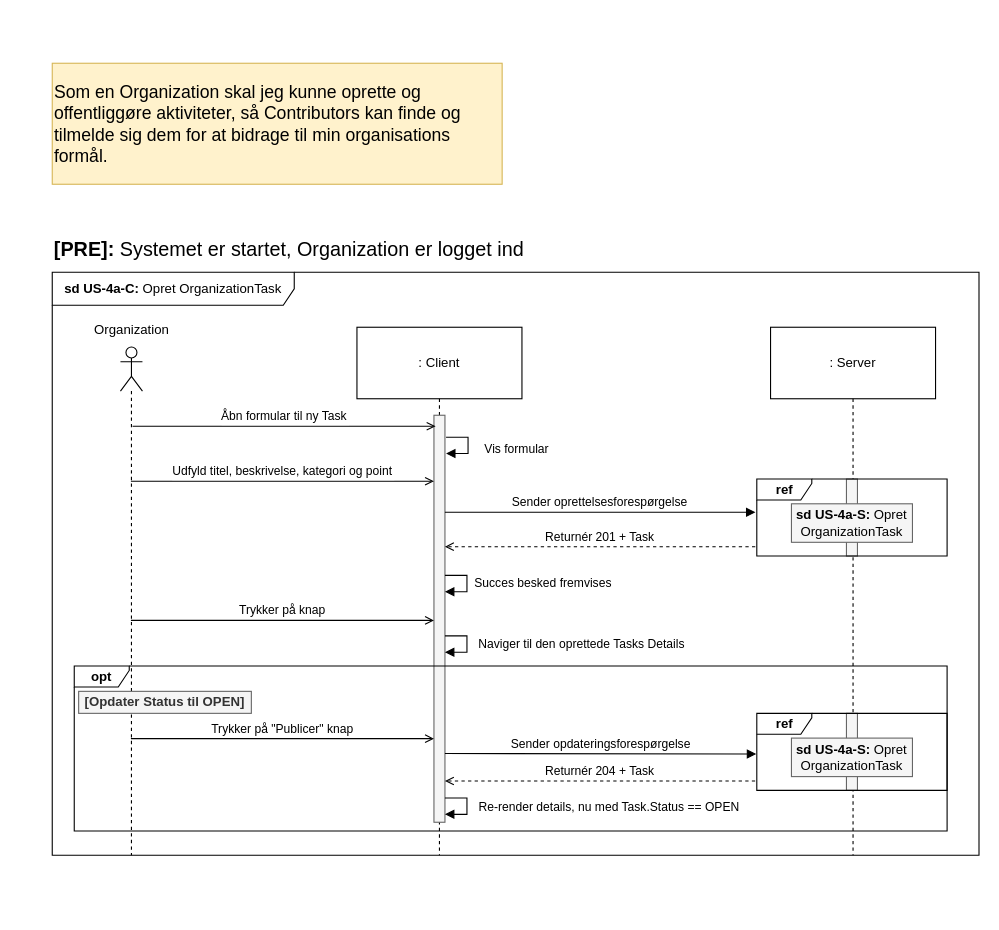
Earlier version of the draw.io diagram page "1 - Sekvens uden klasser" (1 of 4) of drawio/Applikationsmodeller/US4a/FE/US4a_FE_Applikationsmodel.drawio (Echo-AU/artifacts). Source tidied: cells renumbered, new cells numbered last; positions are measured from the earlier drawing's top-left corner, leaving out a move shared by most shapes. Both pictures are drawn from the tidied source at 110%, with x=0, y=0 at pixel (41, 63).
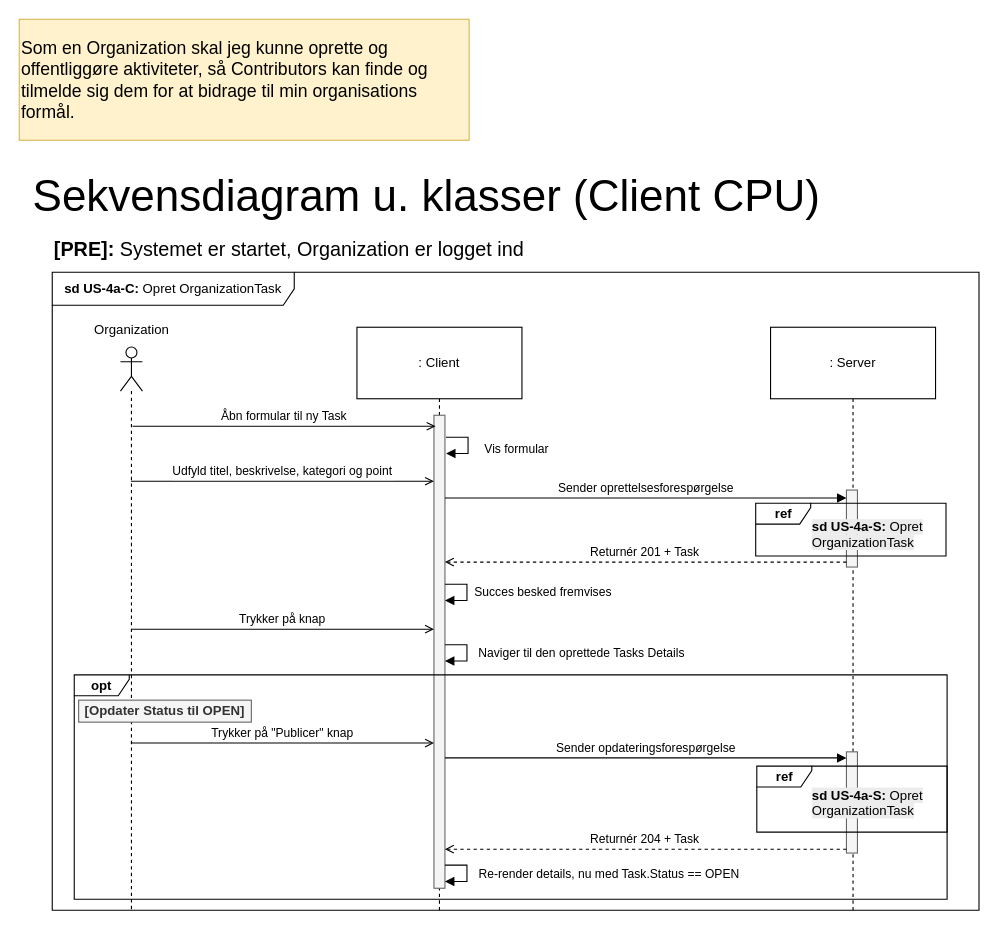
After the change.

What changed in the source:
```diff
@@
     <mxCell id="2" value="&lt;div style=&quot;&quot;&gt;&lt;font style=&quot;font-size: 16px;&quot;&gt;Som en Organization skal jeg kunne oprette og offentliggøre aktiviteter, så&amp;nbsp;&lt;/font&gt;&lt;span style=&quot;font-size: 16px; background-color: transparent; color: light-dark(rgb(0, 0, 0), rgb(255, 255, 255));&quot;&gt;Contributors kan finde og tilmelde sig dem for at bidrage til min organisations formål.&lt;/span&gt;&lt;/div&gt;" style="rounded=0;whiteSpace=wrap;html=1;fillColor=#fff2cc;strokeColor=#d6b656;align=left;" parent="1" vertex="1">
-      <mxGeometry x="10" width="409" height="110" as="geometry" />
+      <mxGeometry x="-20" y="-40" width="409" height="110" as="geometry" />
     </mxCell>
     <mxCell id="3" value="&lt;b&gt;sd US-4a-C: &lt;/b&gt;Opret OrganizationTask" style="shape=umlFrame;whiteSpace=wrap;html=1;width=220;height=30;" parent="1" vertex="1">
-      <mxGeometry x="10" y="190" width="842.5" height="530" as="geometry" />
+      <mxGeometry x="10" y="190" width="842.5" height="580" as="geometry" />
     </mxCell>
     <mxCell id="4" value=": Client" style="shape=umlLifeline;perimeter=lifelinePerimeter;whiteSpace=wrap;newEdgeStyle={&quot;edgeStyle&quot;:&quot;elbowEdgeStyle&quot;,&quot;elbow&quot;:&quot;vertical&quot;,&quot;curved&quot;:0,&quot;rounded&quot;:0};size=65;" parent="1" vertex="1">
-      <mxGeometry x="287" y="240" width="150" height="480" as="geometry" />
+      <mxGeometry x="287" y="240" width="150" height="530" as="geometry" />
     </mxCell>
-    <mxCell id="5" style="perimeter=orthogonalPerimeter;targetShapes=umlLifeline;newEdgeStyle={&quot;edgeStyle&quot;:&quot;elbowEdgeStyle&quot;,&quot;elbow&quot;:&quot;vertical&quot;,&quot;curved&quot;:0,&quot;rounded&quot;:0};fillColor=#f5f5f5;fontColor=#333333;strokeColor=#666666;" parent="4" vertex="1">
-      <mxGeometry x="70" y="80" width="10" height="370" as="geometry" />
-    </mxCell>
+    <mxCell id="34" style="perimeter=orthogonalPerimeter;targetShapes=umlLifeline;newEdgeStyle={&quot;edgeStyle&quot;:&quot;elbowEdgeStyle&quot;,&quot;elbow&quot;:&quot;vertical&quot;,&quot;curved&quot;:0,&quot;rounded&quot;:0};fillColor=#f5f5f5;fontColor=#333333;strokeColor=#666666;" parent="4" vertex="1">
+      <mxGeometry x="70" y="80" width="10" height="430" as="geometry" />
+    </mxCell>
     <mxCell id="6" value=": Server" style="shape=umlLifeline;perimeter=lifelinePerimeter;whiteSpace=wrap;newEdgeStyle={&quot;edgeStyle&quot;:&quot;elbowEdgeStyle&quot;,&quot;elbow&quot;:&quot;vertical&quot;,&quot;curved&quot;:0,&quot;rounded&quot;:0};size=65;" parent="1" vertex="1">
-      <mxGeometry x="663" y="240" width="150" height="480" as="geometry" />
+      <mxGeometry x="663" y="240" width="150" height="530" as="geometry" />
     </mxCell>
-    <mxCell id="7" style="perimeter=orthogonalPerimeter;targetShapes=umlLifeline;newEdgeStyle={&quot;edgeStyle&quot;:&quot;elbowEdgeStyle&quot;,&quot;elbow&quot;:&quot;vertical&quot;,&quot;curved&quot;:0,&quot;rounded&quot;:0};fillColor=#f5f5f5;fontColor=#333333;strokeColor=#666666;" parent="6" vertex="1">
-      <mxGeometry x="69" y="138" width="10" height="70" as="geometry" />
-    </mxCell>
+    <mxCell id="35" style="perimeter=orthogonalPerimeter;targetShapes=umlLifeline;newEdgeStyle={&quot;edgeStyle&quot;:&quot;elbowEdgeStyle&quot;,&quot;elbow&quot;:&quot;vertical&quot;,&quot;curved&quot;:0,&quot;rounded&quot;:0};fillColor=#f5f5f5;fontColor=#333333;strokeColor=#666666;" parent="6" vertex="1">
+      <mxGeometry x="69" y="148" width="10" height="70" as="geometry" />
+    </mxCell>
+    <mxCell id="36" style="points=[];perimeter=orthogonalPerimeter;outlineConnect=0;targetShapes=umlLifeline;portConstraint=eastwest;newEdgeStyle={&quot;edgeStyle&quot;:&quot;elbowEdgeStyle&quot;,&quot;elbow&quot;:&quot;vertical&quot;,&quot;curved&quot;:0,&quot;rounded&quot;:0};fillColor=#f5f5f5;fontColor=#333333;strokeColor=#666666;" parent="6" vertex="1">
+      <mxGeometry x="69" y="386" width="10" height="92" as="geometry" />
+    </mxCell>
+    <mxCell id="37" value="&lt;span style=&quot;font-size: 40px;&quot;&gt;Sekvensdiagram u. klasser (Client CPU)&lt;/span&gt;" style="text;html=1;align=center;verticalAlign=middle;strokeColor=none;fillColor=none;" parent="1" vertex="1">
+      <mxGeometry x="-20" y="90" width="740" height="60" as="geometry" />
+    </mxCell>
@@
-    <mxCell id="9" style="shape=umlLifeline;perimeter=lifelinePerimeter;whiteSpace=wrap;html=1;newEdgeStyle={&quot;curved&quot;:0,&quot;rounded&quot;:0};participant=umlActor;" parent="1" vertex="1">
-      <mxGeometry x="72" y="258" width="20" height="462" as="geometry" />
-    </mxCell>
+    <mxCell id="38" style="shape=umlLifeline;perimeter=lifelinePerimeter;whiteSpace=wrap;html=1;newEdgeStyle={&quot;curved&quot;:0,&quot;rounded&quot;:0};participant=umlActor;" parent="1" vertex="1">
+      <mxGeometry x="72" y="258" width="20" height="512" as="geometry" />
+    </mxCell>
@@
-    <mxCell id="11" value="Sender oprettelsesforespørgelse" style="verticalAlign=bottom;elbow=vertical;curved=0;rounded=0;endArrow=block;endSize=6;endFill=1;entryX=-0.007;entryY=0.432;entryDx=0;entryDy=0;entryPerimeter=0;" parent="1" edge="1" target="12">
+    <mxCell id="11" value="Sender oprettelsesforespørgelse" style="verticalAlign=bottom;elbow=vertical;curved=0;rounded=0;endArrow=block;endSize=6;endFill=1;" parent="1" edge="1">
       <mxGeometry relative="1" as="geometry">
-        <mxPoint x="367" y="408.2" as="sourcePoint" />
+        <mxPoint x="367" y="395.2" as="sourcePoint" />
+        <mxPoint x="732" y="395.2" as="targetPoint" />
       </mxGeometry>
     </mxCell>
-    <mxCell id="12" value="&lt;b&gt;ref&lt;/b&gt;" style="shape=umlFrame;whiteSpace=wrap;html=1;width=50;height=19;" parent="1" vertex="1">
-      <mxGeometry x="650.5" y="378" width="173" height="70" as="geometry" />
-    </mxCell>
-    <mxCell id="13" value="&lt;b style=&quot;color: rgb(0, 0, 0);&quot;&gt;sd US-4a-S: &lt;/b&gt;&lt;span style=&quot;color: rgb(0, 0, 0);&quot;&gt;Opret OrganizationTask&lt;/span&gt;" style="text;html=1;whiteSpace=wrap;align=center;verticalAlign=middle;rounded=0;fillColor=#f5f5f5;fontColor=#333333;strokeColor=#666666;" parent="1" vertex="1">
-      <mxGeometry x="682" y="400.5" width="110" height="35" as="geometry" />
-    </mxCell>
+    <mxCell id="39" value="&lt;b&gt;ref&lt;/b&gt;" style="shape=umlFrame;whiteSpace=wrap;html=1;width=50;height=19;" parent="1" vertex="1">
+      <mxGeometry x="649.5" y="400" width="173" height="48" as="geometry" />
+    </mxCell>
-    <mxCell id="14" value="Returnér 201 + Task" style="verticalAlign=bottom;elbow=vertical;rounded=0;endArrow=open;endFill=0;dashed=1;exitX=-0.008;exitY=0.879;exitDx=0;exitDy=0;exitPerimeter=0;" parent="1" edge="1" source="12">
+    <mxCell id="14" value="Returnér 201 + Task" style="verticalAlign=bottom;elbow=vertical;rounded=0;endArrow=open;endFill=0;dashed=1;" parent="1" edge="1">
       <mxGeometry relative="1" as="geometry">
-        <mxPoint x="367" y="439.5" as="targetPoint" />
+        <mxPoint x="732" y="453.5" as="sourcePoint" />
+        <mxPoint x="367" y="453.5" as="targetPoint" />
       </mxGeometry>
     </mxCell>
-    <mxCell id="15" style="verticalAlign=bottom;edgeStyle=orthogonalEdgeStyle;elbow=vertical;rounded=0;endArrow=block;endFill=1;" parent="1" edge="1">
-      <mxGeometry relative="1" as="geometry">
-        <mxPoint x="367" y="465.6" as="sourcePoint" />
-        <mxPoint x="367" y="480.4" as="targetPoint" />
-        <Array as="points">
-          <mxPoint x="387" y="465.4" />
-          <mxPoint x="387" y="480.4" />
-        </Array>
-      </mxGeometry>
-    </mxCell>
+    <mxCell id="40" style="verticalAlign=bottom;edgeStyle=orthogonalEdgeStyle;elbow=vertical;rounded=0;endArrow=block;endFill=1;" parent="1" edge="1">
+      <mxGeometry relative="1" as="geometry">
+        <mxPoint x="367" y="473.6" as="sourcePoint" />
+        <mxPoint x="367" y="488.4" as="targetPoint" />
+        <Array as="points">
+          <mxPoint x="387" y="473.4" />
+          <mxPoint x="387" y="488.4" />
+        </Array>
+      </mxGeometry>
+    </mxCell>
-    <mxCell id="16" value="&lt;span style=&quot;background-color: rgb(255, 255, 255);&quot;&gt;Succes besked fremvises&lt;/span&gt;" style="edgeLabel;html=1;align=center;verticalAlign=middle;labelBackgroundColor=none;" parent="15" vertex="1">
+    <mxCell id="16" value="&lt;span style=&quot;background-color: rgb(255, 255, 255);&quot;&gt;Succes besked fremvises&lt;/span&gt;" style="edgeLabel;html=1;align=center;verticalAlign=middle;labelBackgroundColor=none;" parent="40" vertex="1">
       <mxGeometry x="-0.07" relative="1" as="geometry">
         <mxPoint x="68" y="2" as="offset" />
       </mxGeometry>
     </mxCell>
     <mxCell id="17" value="Trykker på knap" style="verticalAlign=bottom;elbow=vertical;curved=0;rounded=0;endArrow=open;endSize=6;endFill=0;" parent="1" edge="1">
       <mxGeometry relative="1" as="geometry">
-        <mxPoint x="81.5" y="506.5" as="sourcePoint" />
-        <mxPoint x="357" y="506.5" as="targetPoint" />
+        <mxPoint x="81.5" y="514.5" as="sourcePoint" />
+        <mxPoint x="357" y="514.5" as="targetPoint" />
       </mxGeometry>
     </mxCell>
-    <mxCell id="18" style="verticalAlign=bottom;edgeStyle=orthogonalEdgeStyle;elbow=vertical;rounded=0;endArrow=block;endFill=1;" parent="1" edge="1">
-      <mxGeometry relative="1" as="geometry">
-        <mxPoint x="367" y="520.6" as="sourcePoint" />
-        <mxPoint x="367" y="535.4" as="targetPoint" />
-        <Array as="points">
-          <mxPoint x="387" y="520.4" />
-          <mxPoint x="387" y="535.4" />
-        </Array>
-      </mxGeometry>
-    </mxCell>
+    <mxCell id="41" style="verticalAlign=bottom;edgeStyle=orthogonalEdgeStyle;elbow=vertical;rounded=0;endArrow=block;endFill=1;" parent="1" edge="1">
+      <mxGeometry relative="1" as="geometry">
+        <mxPoint x="367" y="528.6" as="sourcePoint" />
+        <mxPoint x="367" y="543.4" as="targetPoint" />
+        <Array as="points">
+          <mxPoint x="387" y="528.4" />
+          <mxPoint x="387" y="543.4" />
+        </Array>
+      </mxGeometry>
+    </mxCell>
-    <mxCell id="19" value="&lt;span style=&quot;background-color: rgb(255, 255, 255);&quot;&gt;Naviger til den oprettede Tasks Details&lt;/span&gt;" style="edgeLabel;html=1;align=center;verticalAlign=middle;labelBackgroundColor=none;" parent="18" vertex="1">
+    <mxCell id="19" value="&lt;span style=&quot;background-color: rgb(255, 255, 255);&quot;&gt;Naviger til den oprettede Tasks Details&lt;/span&gt;" style="edgeLabel;html=1;align=center;verticalAlign=middle;labelBackgroundColor=none;" parent="41" vertex="1">
       <mxGeometry x="-0.07" relative="1" as="geometry">
         <mxPoint x="103" y="2" as="offset" />
       </mxGeometry>
     </mxCell>
     <mxCell id="20" value="&lt;b&gt;opt&lt;/b&gt;" style="shape=umlFrame;whiteSpace=wrap;html=1;width=50;height=19;" parent="1" vertex="1">
-      <mxGeometry x="30" y="548" width="793.5" height="150" as="geometry" />
+      <mxGeometry x="30" y="556" width="793.5" height="204" as="geometry" />
     </mxCell>
-    <mxCell id="21" style="perimeter=orthogonalPerimeter;targetShapes=umlLifeline;newEdgeStyle={&quot;edgeStyle&quot;:&quot;elbowEdgeStyle&quot;,&quot;elbow&quot;:&quot;vertical&quot;,&quot;curved&quot;:0,&quot;rounded&quot;:0};fillColor=#f5f5f5;fontColor=#333333;strokeColor=#666666;" parent="1" vertex="1">
-      <mxGeometry x="732" y="591" width="10" height="70" as="geometry" />
-    </mxCell>
-    <mxCell id="22" value="&lt;b&gt;ref&lt;/b&gt;" style="shape=umlFrame;whiteSpace=wrap;html=1;width=50;height=19;" parent="1" vertex="1">
-      <mxGeometry x="650.5" y="591" width="173" height="70" as="geometry" />
-    </mxCell>
-    <mxCell id="23" value="&lt;b style=&quot;color: rgb(0, 0, 0);&quot;&gt;sd US-4a-S: &lt;/b&gt;&lt;span style=&quot;color: rgb(0, 0, 0);&quot;&gt;Opret OrganizationTask&lt;/span&gt;" style="text;html=1;whiteSpace=wrap;align=center;verticalAlign=middle;rounded=0;fillColor=#f5f5f5;fontColor=#333333;strokeColor=#666666;" parent="1" vertex="1">
-      <mxGeometry x="682" y="613.5" width="110" height="35" as="geometry" />
-    </mxCell>
+    <mxCell id="42" value="&lt;b&gt;ref&lt;/b&gt;" style="shape=umlFrame;whiteSpace=wrap;html=1;width=50;height=19;" parent="1" vertex="1">
+      <mxGeometry x="650.5" y="639" width="173" height="60" as="geometry" />
+    </mxCell>
     <mxCell id="24" value="Trykker på &quot;Publicer&quot; knap" style="verticalAlign=bottom;elbow=vertical;curved=0;rounded=0;endArrow=open;endSize=6;endFill=0;" parent="1" edge="1">
       <mxGeometry relative="1" as="geometry">
-        <mxPoint x="81.5" y="614" as="sourcePoint" />
-        <mxPoint x="357" y="614" as="targetPoint" />
+        <mxPoint x="81.5" y="618" as="sourcePoint" />
+        <mxPoint x="357" y="618" as="targetPoint" />
       </mxGeometry>
     </mxCell>
     <mxCell id="25" value="&lt;b&gt;[&lt;span style=&quot;text-wrap-mode: nowrap;&quot;&gt;Opdater Status til OPEN&lt;/span&gt;&lt;/b&gt;&lt;b&gt;]&lt;/b&gt;" style="text;html=1;whiteSpace=wrap;align=center;verticalAlign=middle;rounded=0;fillColor=#f5f5f5;fontColor=#333333;strokeColor=#666666;" parent="1" vertex="1">
-      <mxGeometry x="34" y="571" width="157" height="20" as="geometry" />
+      <mxGeometry x="34" y="579" width="157" height="20" as="geometry" />
     </mxCell>
-    <mxCell id="26" value="Sender opdateringsforespørgelse" style="verticalAlign=bottom;elbow=vertical;curved=0;rounded=0;endArrow=block;endSize=6;endFill=1;" parent="1" edge="1">
+    <mxCell id="26" value="Sender opdateringsforespørgelse" style="verticalAlign=bottom;elbow=vertical;curved=0;rounded=0;endArrow=block;endSize=6;endFill=1;" parent="1" edge="1" target="36">
       <mxGeometry relative="1" as="geometry">
-        <mxPoint x="367" y="627.5" as="sourcePoint" />
-        <mxPoint x="650" y="628" as="targetPoint" />
+        <mxPoint x="367" y="631.5" as="sourcePoint" />
       </mxGeometry>
     </mxCell>
-    <mxCell id="27" value="Returnér 204 + Task" style="verticalAlign=bottom;elbow=vertical;rounded=0;endArrow=open;endFill=0;dashed=1;exitX=-0.008;exitY=0.879;exitDx=0;exitDy=0;exitPerimeter=0;" parent="1" edge="1">
+    <mxCell id="27" value="Returnér 204 + Task" style="verticalAlign=bottom;elbow=vertical;rounded=0;endArrow=open;endFill=0;dashed=1;" parent="1" edge="1">
       <mxGeometry relative="1" as="geometry">
-        <mxPoint x="649" y="652.5" as="sourcePoint" />
-        <mxPoint x="367" y="652.5" as="targetPoint" />
+        <mxPoint x="732" y="714.5" as="sourcePoint" />
+        <mxPoint x="367" y="714.5" as="targetPoint" />
       </mxGeometry>
     </mxCell>
-    <mxCell id="28" style="verticalAlign=bottom;edgeStyle=orthogonalEdgeStyle;elbow=vertical;rounded=0;endArrow=block;endFill=1;" parent="1" edge="1">
-      <mxGeometry relative="1" as="geometry">
-        <mxPoint x="367" y="668" as="sourcePoint" />
-        <mxPoint x="367" y="682.8" as="targetPoint" />
-        <Array as="points">
-          <mxPoint x="387" y="667.8" />
-          <mxPoint x="387" y="682.8" />
-        </Array>
-      </mxGeometry>
-    </mxCell>
+    <mxCell id="43" style="verticalAlign=bottom;edgeStyle=orthogonalEdgeStyle;elbow=vertical;rounded=0;endArrow=block;endFill=1;" parent="1" edge="1">
+      <mxGeometry relative="1" as="geometry">
+        <mxPoint x="367" y="729" as="sourcePoint" />
+        <mxPoint x="367" y="743.8" as="targetPoint" />
+        <Array as="points">
+          <mxPoint x="387" y="728.8" />
+          <mxPoint x="387" y="743.8" />
+        </Array>
+      </mxGeometry>
+    </mxCell>
-    <mxCell id="29" value="&lt;span style=&quot;background-color: rgb(255, 255, 255);&quot;&gt;Re-render details, nu med Task.Status == OPEN&lt;/span&gt;" style="edgeLabel;html=1;align=center;verticalAlign=middle;labelBackgroundColor=none;" parent="28" vertex="1">
+    <mxCell id="29" value="&lt;span style=&quot;background-color: rgb(255, 255, 255);&quot;&gt;Re-render details, nu med Task.Status == OPEN&lt;/span&gt;" style="edgeLabel;html=1;align=center;verticalAlign=middle;labelBackgroundColor=none;" parent="43" vertex="1">
       <mxGeometry x="-0.07" relative="1" as="geometry">
         <mxPoint x="128" y="2" as="offset" />
       </mxGeometry>
     </mxCell>
@@
-    <mxCell id="31" style="verticalAlign=bottom;edgeStyle=orthogonalEdgeStyle;elbow=vertical;rounded=0;endArrow=block;endFill=1;" parent="1" edge="1">
-      <mxGeometry relative="1" as="geometry">
-        <mxPoint x="368" y="340" as="sourcePoint" />
-        <mxPoint x="368" y="354.8" as="targetPoint" />
-        <Array as="points">
-          <mxPoint x="388" y="339.8" />
-          <mxPoint x="388" y="354.8" />
-        </Array>
-      </mxGeometry>
-    </mxCell>
+    <mxCell id="44" style="verticalAlign=bottom;edgeStyle=orthogonalEdgeStyle;elbow=vertical;rounded=0;endArrow=block;endFill=1;" parent="1" edge="1">
+      <mxGeometry relative="1" as="geometry">
+        <mxPoint x="368" y="340" as="sourcePoint" />
+        <mxPoint x="368" y="354.8" as="targetPoint" />
+        <Array as="points">
+          <mxPoint x="388" y="339.8" />
+          <mxPoint x="388" y="354.8" />
+        </Array>
+      </mxGeometry>
+    </mxCell>
-    <mxCell id="32" value="&lt;span style=&quot;background-color: rgb(255, 255, 255);&quot;&gt;Vis formular&lt;/span&gt;" style="edgeLabel;html=1;align=center;verticalAlign=middle;labelBackgroundColor=none;" parent="31" vertex="1">
+    <mxCell id="32" value="&lt;span style=&quot;background-color: rgb(255, 255, 255);&quot;&gt;Vis formular&lt;/span&gt;" style="edgeLabel;html=1;align=center;verticalAlign=middle;labelBackgroundColor=none;" parent="44" vertex="1">
       <mxGeometry x="-0.07" relative="1" as="geometry">
         <mxPoint x="43" y="5" as="offset" />
       </mxGeometry>
     </mxCell>
@@
+    <mxCell id="45" value="&lt;b style=&quot;forced-color-adjust: none; font-family: Helvetica; font-size: 12px; font-style: normal; font-variant-ligatures: normal; font-variant-caps: normal; letter-spacing: normal; orphans: 2; text-align: center; text-indent: 0px; text-transform: none; widows: 2; word-spacing: 0px; -webkit-text-stroke-width: 0px; white-space: normal; background-color: rgb(236, 236, 236); text-decoration-thickness: initial; text-decoration-style: initial; text-decoration-color: initial; color: light-dark(rgb(0, 0, 0), rgb(237, 237, 237));&quot;&gt;sd US-4a-S: &lt;/b&gt;&lt;span style=&quot;forced-color-adjust: none; font-family: Helvetica; font-size: 12px; font-style: normal; font-variant-ligatures: normal; font-variant-caps: normal; font-weight: 400; letter-spacing: normal; orphans: 2; text-align: center; text-indent: 0px; text-transform: none; widows: 2; word-spacing: 0px; -webkit-text-stroke-width: 0px; white-space: normal; background-color: rgb(236, 236, 236); text-decoration-thickness: initial; text-decoration-style: initial; text-decoration-color: initial; color: light-dark(rgb(0, 0, 0), rgb(237, 237, 237));&quot;&gt;Opret OrganizationTask&lt;/span&gt;" style="text;whiteSpace=wrap;html=1;" parent="1" vertex="1">
+      <mxGeometry x="699" y="408" width="120.5" height="40" as="geometry" />
+    </mxCell>
+    <mxCell id="46" value="&lt;b style=&quot;forced-color-adjust: none; font-family: Helvetica; font-size: 12px; font-style: normal; font-variant-ligatures: normal; font-variant-caps: normal; letter-spacing: normal; orphans: 2; text-align: center; text-indent: 0px; text-transform: none; widows: 2; word-spacing: 0px; -webkit-text-stroke-width: 0px; white-space: normal; background-color: rgb(236, 236, 236); text-decoration-thickness: initial; text-decoration-style: initial; text-decoration-color: initial; color: light-dark(rgb(0, 0, 0), rgb(237, 237, 237));&quot;&gt;sd US-4a-S: &lt;/b&gt;&lt;span style=&quot;forced-color-adjust: none; font-family: Helvetica; font-size: 12px; font-style: normal; font-variant-ligatures: normal; font-variant-caps: normal; font-weight: 400; letter-spacing: normal; orphans: 2; text-align: center; text-indent: 0px; text-transform: none; widows: 2; word-spacing: 0px; -webkit-text-stroke-width: 0px; white-space: normal; background-color: rgb(236, 236, 236); text-decoration-thickness: initial; text-decoration-style: initial; text-decoration-color: initial; color: light-dark(rgb(0, 0, 0), rgb(237, 237, 237));&quot;&gt;Opret OrganizationTask&lt;/span&gt;" style="text;whiteSpace=wrap;html=1;" parent="1" vertex="1">
+      <mxGeometry x="699" y="652" width="120.5" height="40" as="geometry" />
+    </mxCell>
```
